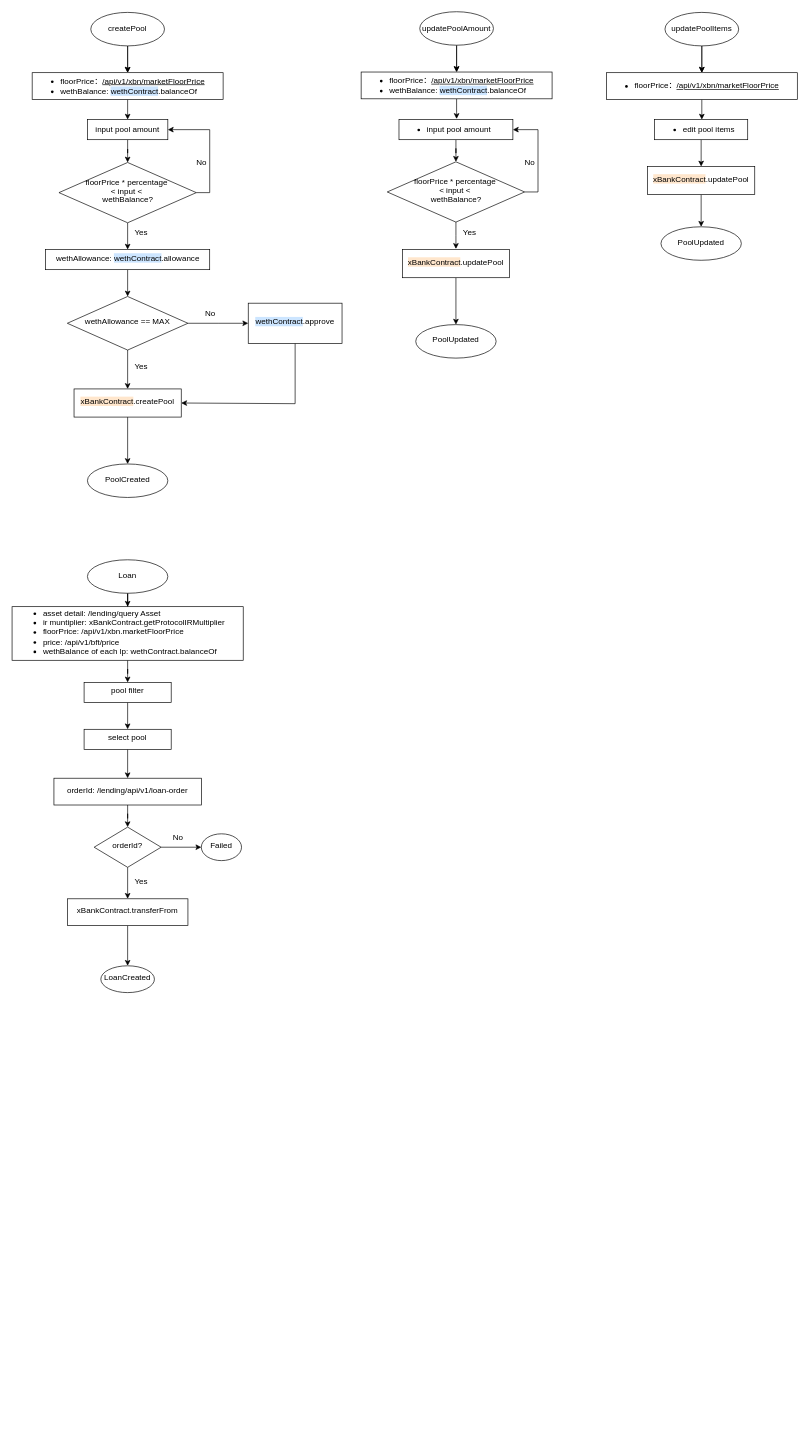
Above: Untitled Diagram.drawio in xbank-xiexueni/xbn (draw.io), before the change. Source tidied: cells renumbered, new cells numbered last; positions are measured from the earlier drawing's top-left corner, leaving out a move shared by most shapes. Both pictures are drawn from the tidied source at 67%, with x=0, y=0 at pixel (12, 11).
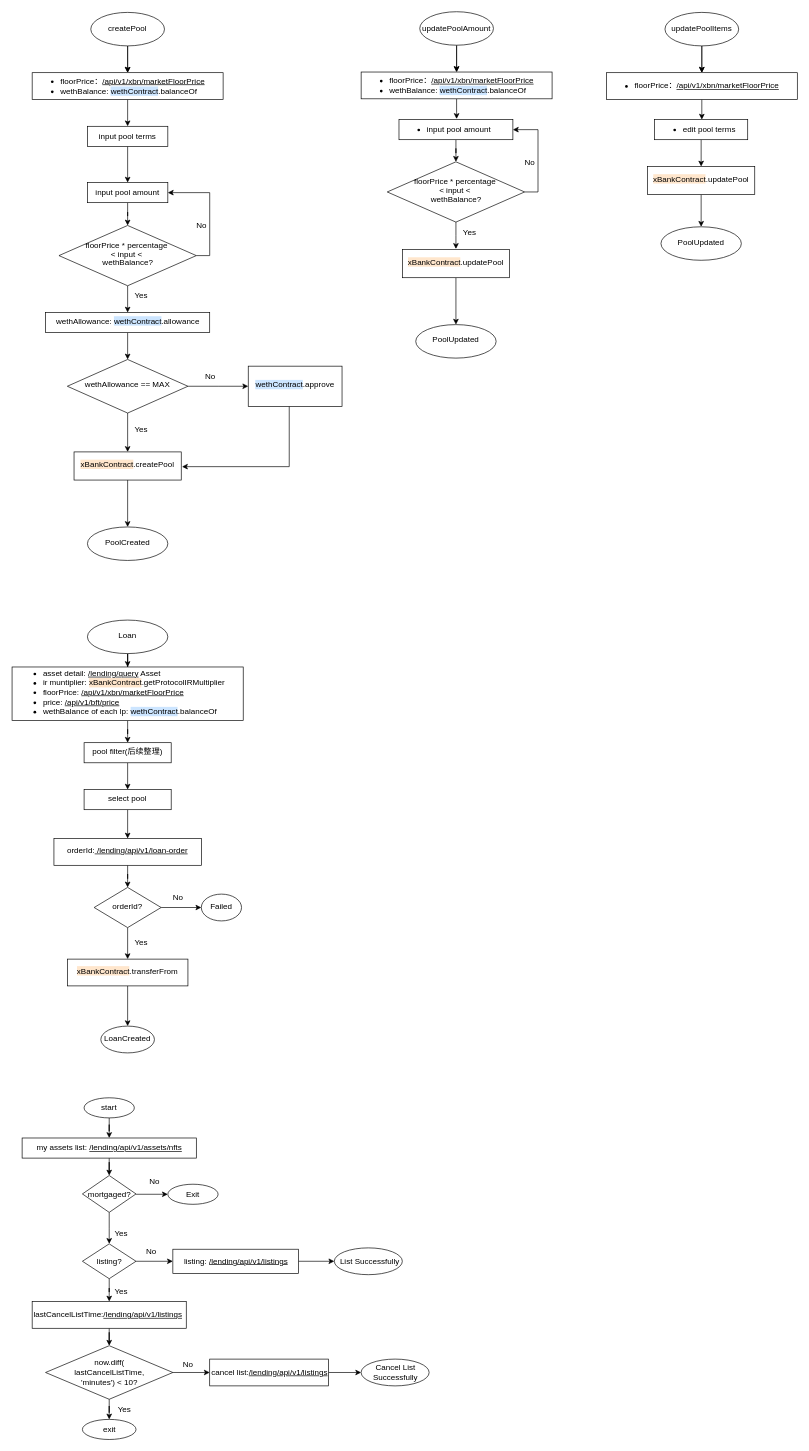
The same page after the edit.

Unchanged cells that the change refers to:
```xml
<mxCell id="3" value="&lt;ul&gt;&lt;li&gt;floorPrice：&lt;u&gt;/api/v1/xbn/marketFloorPrice&lt;/u&gt;&lt;/li&gt;&lt;li&gt;wethBalance: &lt;span style=&quot;background-color: rgb(204, 229, 255);&quot;&gt;wethContract&lt;/span&gt;.balanceOf&amp;nbsp;&lt;/li&gt;&lt;/ul&gt;" style="rounded=0;whiteSpace=wrap;html=1;fontSize=12;glass=0;strokeWidth=1;shadow=0;align=left;" parent="1" vertex="1">
  <mxGeometry x="29.5" y="91" width="285" height="40" as="geometry" />
</mxCell>
```

What changed in the source:
```diff
@@
-    <mxCell id="2" style="edgeStyle=orthogonalEdgeStyle;rounded=0;jettySize=auto;html=1;" parent="1" edge="1" source="3">
-      <mxGeometry relative="1" as="geometry">
-        <mxPoint x="172" y="161" as="targetPoint" />
-      </mxGeometry>
+    <mxCell id="2" style="edgeStyle=orthogonalEdgeStyle;rounded=0;jettySize=auto;html=1;entryX=0.5;entryY=0;entryDx=0;entryDy=0;" parent="1" edge="1" source="3" target="71">
+      <mxGeometry relative="1" as="geometry" />
     </mxCell>
@@
     <mxCell id="6" value="&lt;div style=&quot;line-height: 110%;&quot;&gt;&lt;span style=&quot;background-color: initial;&quot;&gt;floorPrice * percentage&amp;nbsp;&lt;/span&gt;&lt;/div&gt;&lt;div style=&quot;line-height: 110%;&quot;&gt;&lt;span style=&quot;background-color: initial;&quot;&gt;&amp;lt; input &amp;lt;&amp;nbsp;&lt;/span&gt;&lt;/div&gt;&lt;div style=&quot;line-height: 110%;&quot;&gt;&lt;span style=&quot;background-color: initial;&quot;&gt;wethBalance?&lt;/span&gt;&lt;/div&gt;" style="rhombus;whiteSpace=wrap;html=1;shadow=0;fontFamily=Helvetica;fontSize=12;align=center;strokeWidth=1;spacing=6;spacingTop=-4;" parent="1" vertex="1">
-      <mxGeometry x="69.5" y="225" width="205" height="90" as="geometry" />
+      <mxGeometry x="69.5" y="319" width="205" height="90" as="geometry" />
     </mxCell>
@@
     <mxCell id="8" style="edgeStyle=orthogonalEdgeStyle;rounded=0;jettySize=auto;html=1;" parent="1" edge="1" source="9">
       <mxGeometry relative="1" as="geometry">
-        <mxPoint x="352" y="465" as="targetPoint" />
+        <mxPoint x="352" y="559" as="targetPoint" />
       </mxGeometry>
     </mxCell>
     <mxCell id="9" value="wethAllowance == MAX" style="rhombus;whiteSpace=wrap;html=1;shadow=0;fontFamily=Helvetica;fontSize=12;align=center;strokeWidth=1;spacing=6;spacingTop=-4;" parent="1" vertex="1">
-      <mxGeometry x="82" y="425" width="180" height="80" as="geometry" />
+      <mxGeometry x="82" y="519" width="180" height="80" as="geometry" />
     </mxCell>
@@
     <mxCell id="14" value="wethAllowance: &lt;span style=&quot;background-color: rgb(204, 229, 255);&quot;&gt;wethContract&lt;/span&gt;.allowance" style="whiteSpace=wrap;html=1;shadow=0;strokeWidth=1;spacing=6;spacingTop=-4;" parent="1" vertex="1">
-      <mxGeometry x="49.5" y="355" width="245" height="30" as="geometry" />
+      <mxGeometry x="49.5" y="449" width="245" height="30" as="geometry" />
     </mxCell>
     <mxCell id="15" value="Yes" style="text;html=1;align=center;verticalAlign=middle;" parent="1" vertex="1">
-      <mxGeometry x="172" y="315" width="40" height="30" as="geometry" />
+      <mxGeometry x="172" y="409" width="40" height="30" as="geometry" />
     </mxCell>
@@
     <mxCell id="17" value="&lt;span style=&quot;background-color: rgb(255, 230, 204);&quot;&gt;xBankContract&lt;/span&gt;.createPool" style="whiteSpace=wrap;html=1;shadow=0;strokeWidth=1;spacing=6;spacingTop=-4;" parent="1" vertex="1">
-      <mxGeometry x="92" y="563" width="160" height="42" as="geometry" />
+      <mxGeometry x="92" y="657" width="160" height="42" as="geometry" />
     </mxCell>
     <mxCell id="18" value="Yes" style="text;html=1;align=center;verticalAlign=middle;" parent="1" vertex="1">
-      <mxGeometry x="172" y="515" width="40" height="30" as="geometry" />
+      <mxGeometry x="172" y="609" width="40" height="30" as="geometry" />
     </mxCell>
-    <mxCell id="19" style="edgeStyle=orthogonalEdgeStyle;rounded=0;jettySize=auto;html=1;exitX=0.5;exitY=1;exitDx=0;exitDy=0;entryX=1;entryY=0.5;entryDx=0;entryDy=0;" parent="1" edge="1" target="17">
+    <mxCell id="19" style="edgeStyle=orthogonalEdgeStyle;rounded=0;orthogonalLoop=1;jettySize=auto;html=1;exitX=0.5;exitY=1;exitDx=0;exitDy=0;" parent="1" edge="1">
       <mxGeometry relative="1" as="geometry">
-        <mxPoint x="422" y="495" as="sourcePoint" />
+        <mxPoint x="413.2" y="589" as="sourcePoint" />
+        <mxPoint x="253.2" y="679" as="targetPoint" />
         <Array as="points">
-          <mxPoint x="422" y="585" />
+          <mxPoint x="413.2" y="679" />
         </Array>
       </mxGeometry>
     </mxCell>
     <mxCell id="20" value="&lt;span style=&quot;background-color: rgb(204, 229, 255);&quot;&gt;wethContract&lt;/span&gt;.approve" style="whiteSpace=wrap;html=1;shadow=0;strokeWidth=1;spacing=6;spacingTop=-4;" parent="1" vertex="1">
-      <mxGeometry x="352" y="435" width="140" height="60" as="geometry" />
+      <mxGeometry x="352" y="529" width="140" height="60" as="geometry" />
     </mxCell>
     <mxCell id="21" value="No" style="text;html=1;align=center;verticalAlign=middle;" parent="1" vertex="1">
-      <mxGeometry x="274.5" y="435" width="40" height="30" as="geometry" />
+      <mxGeometry x="274.5" y="529" width="40" height="30" as="geometry" />
     </mxCell>
     <mxCell id="22" value="PoolCreated" style="ellipse;whiteSpace=wrap;html=1;shadow=0;strokeWidth=1;spacing=6;spacingTop=-4;" parent="1" vertex="1">
-      <mxGeometry x="112" y="675" width="120" height="50" as="geometry" />
+      <mxGeometry x="112" y="769" width="120" height="50" as="geometry" />
     </mxCell>
@@
     <mxCell id="24" value="input pool amount" style="rounded=0;whiteSpace=wrap;html=1;" parent="1" vertex="1">
-      <mxGeometry x="112" y="161" width="120" height="30" as="geometry" />
+      <mxGeometry x="112" y="255" width="120" height="30" as="geometry" />
     </mxCell>
     <mxCell id="25" value="No" style="text;html=1;align=center;verticalAlign=middle;strokeColor=none;fillColor=none;" parent="1" vertex="1">
-      <mxGeometry x="262" y="211" width="40" height="30" as="geometry" />
+      <mxGeometry x="262" y="305" width="40" height="30" as="geometry" />
     </mxCell>
@@
     <mxCell id="42" value="Loan" style="ellipse;whiteSpace=wrap;html=1;shadow=0;strokeWidth=1;spacing=6;spacingTop=-4;" parent="1" vertex="1">
-      <mxGeometry x="112" y="818" width="120" height="50" as="geometry" />
+      <mxGeometry x="112" y="908" width="120" height="50" as="geometry" />
     </mxCell>
@@
-    <mxCell id="44" value="&lt;ul&gt;&lt;li&gt;asset detail: /lending/query Asset&lt;/li&gt;&lt;li&gt;ir muntiplier: xBankContract.getProtocolIRMultiplier&lt;/li&gt;&lt;li&gt;&lt;span style=&quot;background-color: initial;&quot;&gt;floorPrice: /api/v1/xbn.marketFloorPrice&lt;/span&gt;&lt;/li&gt;&lt;li&gt;price: /api/v1/bft/price&lt;/li&gt;&lt;li&gt;wethBalance of each lp: wethContract.balanceOf&lt;/li&gt;&lt;/ul&gt;" style="whiteSpace=wrap;html=1;shadow=0;strokeWidth=1;spacing=6;spacingTop=-4;align=left;" parent="1" vertex="1">
-      <mxGeometry x="-0.5" y="888" width="345" height="80" as="geometry" />
+    <mxCell id="44" value="&lt;ul&gt;&lt;li&gt;asset detail: &lt;u&gt;/lending/query&lt;/u&gt; Asset&lt;/li&gt;&lt;li&gt;ir muntiplier: &lt;span style=&quot;background-color: rgb(255, 230, 204);&quot;&gt;xBankContract&lt;/span&gt;.getProtocolIRMultiplier&lt;/li&gt;&lt;li&gt;&lt;span style=&quot;background-color: initial;&quot;&gt;floorPrice: &lt;u&gt;/api/v1/xbn/marketFloorPrice&lt;/u&gt;&lt;/span&gt;&lt;/li&gt;&lt;li&gt;price: &lt;u&gt;/api/v1/bft/price&lt;/u&gt;&lt;/li&gt;&lt;li&gt;wethBalance of each lp: &lt;span style=&quot;background-color: rgb(204, 229, 255);&quot;&gt;wethContract&lt;/span&gt;.balanceOf&lt;/li&gt;&lt;/ul&gt;" style="whiteSpace=wrap;html=1;shadow=0;strokeWidth=1;spacing=6;spacingTop=-4;align=left;" parent="1" vertex="1">
+      <mxGeometry x="-0.5" y="978" width="345" height="80" as="geometry" />
     </mxCell>
@@
-    <mxCell id="46" value="&lt;span style=&quot;background-color: initial;&quot;&gt;orderId: /lending/api/v1/loan-order&lt;/span&gt;" style="whiteSpace=wrap;html=1;align=center;shadow=0;strokeWidth=1;spacing=6;spacingTop=-4;" parent="1" vertex="1">
-      <mxGeometry x="62" y="1144" width="220" height="40" as="geometry" />
+    <mxCell id="46" value="&lt;span style=&quot;background-color: initial;&quot;&gt;orderId:&lt;u&gt; /lending/api/v1/loan-order&lt;/u&gt;&lt;/span&gt;" style="whiteSpace=wrap;html=1;align=center;shadow=0;strokeWidth=1;spacing=6;spacingTop=-4;" parent="1" vertex="1">
+      <mxGeometry x="62" y="1234" width="220" height="40" as="geometry" />
     </mxCell>
@@
     <mxCell id="49" value="orderId?" style="rhombus;whiteSpace=wrap;html=1;shadow=0;strokeWidth=1;spacing=6;spacingTop=-4;" parent="1" vertex="1">
-      <mxGeometry x="122" y="1217" width="100" height="60" as="geometry" />
+      <mxGeometry x="122" y="1307" width="100" height="60" as="geometry" />
     </mxCell>
     <mxCell id="50" value="Failed" style="ellipse;whiteSpace=wrap;html=1;shadow=0;strokeWidth=1;spacing=6;spacingTop=-4;" parent="1" vertex="1">
-      <mxGeometry x="282" y="1227" width="60" height="40" as="geometry" />
+      <mxGeometry x="282" y="1317" width="60" height="40" as="geometry" />
     </mxCell>
     <mxCell id="51" value="No" style="text;html=1;align=center;verticalAlign=middle;strokeColor=none;fillColor=none;" parent="1" vertex="1">
-      <mxGeometry x="227" y="1217" width="40" height="30" as="geometry" />
+      <mxGeometry x="227" y="1307" width="40" height="30" as="geometry" />
     </mxCell>
@@
-    <mxCell id="53" value="xBankContract.transferFrom" style="whiteSpace=wrap;html=1;shadow=0;strokeWidth=1;spacing=6;spacingTop=-4;" parent="1" vertex="1">
-      <mxGeometry x="82" y="1324" width="180" height="40" as="geometry" />
+    <mxCell id="53" value="&lt;span style=&quot;background-color: rgb(255, 230, 204);&quot;&gt;xBankContract&lt;/span&gt;.transferFrom" style="whiteSpace=wrap;html=1;shadow=0;strokeWidth=1;spacing=6;spacingTop=-4;" parent="1" vertex="1">
+      <mxGeometry x="82" y="1414" width="180" height="40" as="geometry" />
     </mxCell>
     <mxCell id="54" value="Yes" style="text;html=1;align=center;verticalAlign=middle;strokeColor=none;fillColor=none;" parent="1" vertex="1">
-      <mxGeometry x="172" y="1284" width="40" height="30" as="geometry" />
+      <mxGeometry x="172" y="1374" width="40" height="30" as="geometry" />
     </mxCell>
     <mxCell id="55" value="LoanCreated" style="ellipse;whiteSpace=wrap;html=1;shadow=0;strokeWidth=1;spacing=6;spacingTop=-4;" parent="1" vertex="1">
-      <mxGeometry x="132" y="1424" width="80" height="40" as="geometry" />
+      <mxGeometry x="132" y="1514" width="80" height="40" as="geometry" />
     </mxCell>
@@
-    <mxCell id="57" value="pool filter" style="whiteSpace=wrap;html=1;align=center;shadow=0;strokeWidth=1;spacing=6;spacingTop=-4;" parent="1" vertex="1">
-      <mxGeometry x="107" y="1001" width="130" height="30" as="geometry" />
+    <mxCell id="57" value="pool filter(后续整理)" style="whiteSpace=wrap;html=1;align=center;shadow=0;strokeWidth=1;spacing=6;spacingTop=-4;" parent="1" vertex="1">
+      <mxGeometry x="107" y="1091" width="130" height="30" as="geometry" />
     </mxCell>
@@
-    <mxCell id="67" value="&lt;ul&gt;&lt;li&gt;edit pool items&lt;/li&gt;&lt;/ul&gt;" style="rounded=0;whiteSpace=wrap;html=1;align=left;" parent="1" vertex="1">
+    <mxCell id="67" value="&lt;ul&gt;&lt;li&gt;edit pool terms&lt;/li&gt;&lt;/ul&gt;" style="rounded=0;whiteSpace=wrap;html=1;align=left;" parent="1" vertex="1">
       <mxGeometry x="958.5" y="161" width="139" height="30" as="geometry" />
     </mxCell>
@@
     <mxCell id="69" value="select pool" style="whiteSpace=wrap;html=1;align=center;shadow=0;strokeWidth=1;spacing=6;spacingTop=-4;" parent="1" vertex="1">
-      <mxGeometry x="107" y="1071" width="130" height="30" as="geometry" />
+      <mxGeometry x="107" y="1161" width="130" height="30" as="geometry" />
     </mxCell>
+    <mxCell id="70" style="edgeStyle=orthogonalEdgeStyle;rounded=0;jettySize=auto;html=1;" parent="1" edge="1" source="71" target="24">
+      <mxGeometry relative="1" as="geometry" />
+    </mxCell>
+    <mxCell id="71" value="input pool terms" style="rounded=0;whiteSpace=wrap;html=1;" parent="1" vertex="1">
+      <mxGeometry x="112" y="171" width="120" height="30" as="geometry" />
+    </mxCell>
+    <mxCell id="72" style="edgeStyle=orthogonalEdgeStyle;rounded=0;jettySize=auto;html=1;" parent="1" edge="1" source="73" target="75">
+      <mxGeometry relative="1" as="geometry" />
+    </mxCell>
+    <mxCell id="73" value="start" style="ellipse;whiteSpace=wrap;html=1;" parent="1" vertex="1">
+      <mxGeometry x="107" y="1621" width="75" height="30" as="geometry" />
+    </mxCell>
+    <mxCell id="74" style="edgeStyle=orthogonalEdgeStyle;rounded=0;jettySize=auto;html=1;" parent="1" edge="1" source="75" target="78">
+      <mxGeometry relative="1" as="geometry" />
+    </mxCell>
+    <mxCell id="75" value="my assets list: &lt;u&gt;/lending/api/v1/assets/nfts&lt;/u&gt;" style="whiteSpace=wrap;html=1;align=center;" parent="1" vertex="1">
+      <mxGeometry x="14.5" y="1681" width="260" height="30" as="geometry" />
+    </mxCell>
+    <mxCell id="76" style="edgeStyle=orthogonalEdgeStyle;rounded=0;jettySize=auto;html=1;entryX=0;entryY=0.5;entryDx=0;entryDy=0;" parent="1" edge="1" target="80">
+      <mxGeometry relative="1" as="geometry">
+        <mxPoint x="184.5" y="1765.5" as="sourcePoint" />
+        <Array as="points">
+          <mxPoint x="232" y="1765" />
+        </Array>
+      </mxGeometry>
+    </mxCell>
+    <mxCell id="77" style="edgeStyle=orthogonalEdgeStyle;rounded=0;jettySize=auto;html=1;" parent="1" edge="1" source="78">
+      <mxGeometry relative="1" as="geometry">
+        <mxPoint x="144.5" y="1839" as="targetPoint" />
+      </mxGeometry>
+    </mxCell>
+    <mxCell id="78" value="mortgaged?" style="rhombus;whiteSpace=wrap;html=1;" parent="1" vertex="1">
+      <mxGeometry x="104.5" y="1737" width="80" height="55" as="geometry" />
+    </mxCell>
+    <mxCell id="79" value="No" style="text;html=1;align=center;verticalAlign=middle;strokeColor=none;fillColor=none;" parent="1" vertex="1">
+      <mxGeometry x="192" y="1731" width="40" height="30" as="geometry" />
+    </mxCell>
+    <mxCell id="80" value="Exit" style="ellipse;whiteSpace=wrap;html=1;" parent="1" vertex="1">
+      <mxGeometry x="232" y="1750" width="75" height="30" as="geometry" />
+    </mxCell>
+    <mxCell id="81" value="Yes" style="text;html=1;align=center;verticalAlign=middle;strokeColor=none;fillColor=none;" parent="1" vertex="1">
+      <mxGeometry x="142" y="1809" width="40" height="30" as="geometry" />
+    </mxCell>
+    <mxCell id="82" style="edgeStyle=orthogonalEdgeStyle;rounded=0;jettySize=auto;html=1;" parent="1" edge="1" source="84" target="86">
+      <mxGeometry relative="1" as="geometry" />
+    </mxCell>
+    <mxCell id="83" style="edgeStyle=orthogonalEdgeStyle;rounded=0;jettySize=auto;html=1;" parent="1" edge="1" source="84" target="89">
+      <mxGeometry relative="1" as="geometry" />
+    </mxCell>
+    <mxCell id="84" value="listing?" style="rhombus;whiteSpace=wrap;html=1;" parent="1" vertex="1">
+      <mxGeometry x="104.5" y="1839" width="80" height="52" as="geometry" />
+    </mxCell>
+    <mxCell id="85" style="edgeStyle=orthogonalEdgeStyle;rounded=0;jettySize=auto;html=1;" parent="1" edge="1" source="86" target="100">
+      <mxGeometry relative="1" as="geometry" />
+    </mxCell>
+    <mxCell id="86" value="listing:&amp;nbsp;&lt;u&gt;/lending/api/v1/listings&lt;/u&gt;" style="whiteSpace=wrap;html=1;" parent="1" vertex="1">
+      <mxGeometry x="239.5" y="1847" width="187.5" height="36" as="geometry" />
+    </mxCell>
+    <mxCell id="87" value="No" style="text;html=1;align=center;verticalAlign=middle;strokeColor=none;fillColor=none;" parent="1" vertex="1">
+      <mxGeometry x="187" y="1835" width="40" height="30" as="geometry" />
+    </mxCell>
+    <mxCell id="88" style="edgeStyle=orthogonalEdgeStyle;rounded=0;jettySize=auto;html=1;" parent="1" edge="1" source="89" target="93">
+      <mxGeometry relative="1" as="geometry" />
+    </mxCell>
+    <mxCell id="89" value="lastCancelListTime:&lt;u&gt;/lending/api/v1/listings&lt;/u&gt;" style="whiteSpace=wrap;html=1;align=left;" parent="1" vertex="1">
+      <mxGeometry x="29.5" y="1925" width="230" height="40" as="geometry" />
+    </mxCell>
+    <mxCell id="90" value="Yes" style="text;html=1;align=center;verticalAlign=middle;strokeColor=none;fillColor=none;" parent="1" vertex="1">
+      <mxGeometry x="142" y="1895" width="40" height="30" as="geometry" />
+    </mxCell>
+    <mxCell id="91" style="edgeStyle=orthogonalEdgeStyle;rounded=0;jettySize=auto;html=1;" parent="1" edge="1" source="93" target="95">
+      <mxGeometry relative="1" as="geometry" />
+    </mxCell>
+    <mxCell id="92" style="edgeStyle=orthogonalEdgeStyle;rounded=0;jettySize=auto;html=1;" parent="1" edge="1" source="93" target="98">
+      <mxGeometry relative="1" as="geometry" />
+    </mxCell>
+    <mxCell id="93" value="now.diff(&lt;br&gt;lastCancelListTime,&lt;br&gt;'minutes') &amp;lt; 10?" style="rhombus;whiteSpace=wrap;html=1;align=center;" parent="1" vertex="1">
+      <mxGeometry x="49.5" y="1991" width="190" height="80" as="geometry" />
+    </mxCell>
+    <mxCell id="94" style="edgeStyle=orthogonalEdgeStyle;rounded=0;jettySize=auto;html=1;" parent="1" edge="1" source="95" target="97">
+      <mxGeometry relative="1" as="geometry" />
+    </mxCell>
+    <mxCell id="95" value="cancel list:&lt;u&gt;/lending/api/v1/listings&lt;/u&gt;" style="whiteSpace=wrap;html=1;" parent="1" vertex="1">
+      <mxGeometry x="294.5" y="2011" width="177.5" height="40" as="geometry" />
+    </mxCell>
+    <mxCell id="96" value="No" style="text;html=1;align=center;verticalAlign=middle;strokeColor=none;fillColor=none;" parent="1" vertex="1">
+      <mxGeometry x="242" y="2004" width="40" height="30" as="geometry" />
+    </mxCell>
+    <mxCell id="97" value="Cancel List Successfully" style="ellipse;whiteSpace=wrap;html=1;" parent="1" vertex="1">
+      <mxGeometry x="520.5" y="2011" width="101.5" height="40" as="geometry" />
+    </mxCell>
+    <mxCell id="98" value="exit" style="ellipse;whiteSpace=wrap;html=1;" parent="1" vertex="1">
+      <mxGeometry x="104.5" y="2101" width="80" height="30" as="geometry" />
+    </mxCell>
+    <mxCell id="99" value="Yes" style="text;html=1;align=center;verticalAlign=middle;strokeColor=none;fillColor=none;" parent="1" vertex="1">
+      <mxGeometry x="147" y="2071" width="40" height="30" as="geometry" />
+    </mxCell>
+    <mxCell id="100" value="&amp;nbsp;List Successfully" style="ellipse;whiteSpace=wrap;html=1;" parent="1" vertex="1">
+      <mxGeometry x="480.5" y="1845" width="101.5" height="40" as="geometry" />
+    </mxCell>
```
